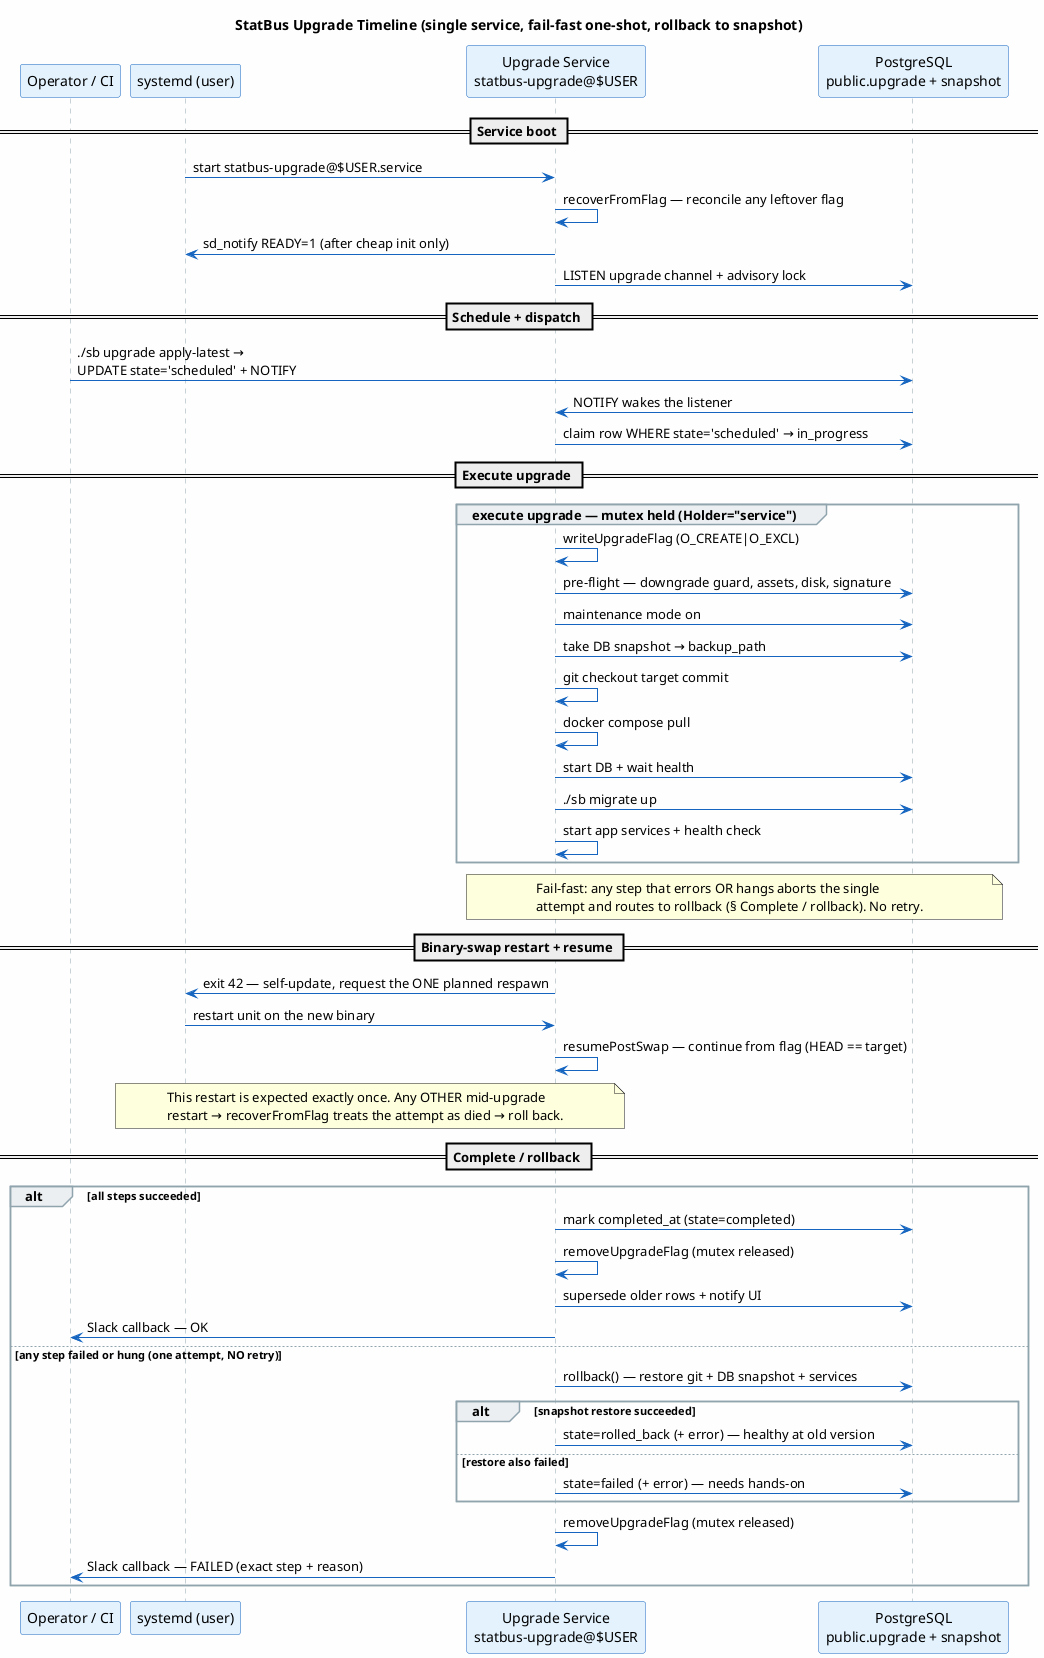
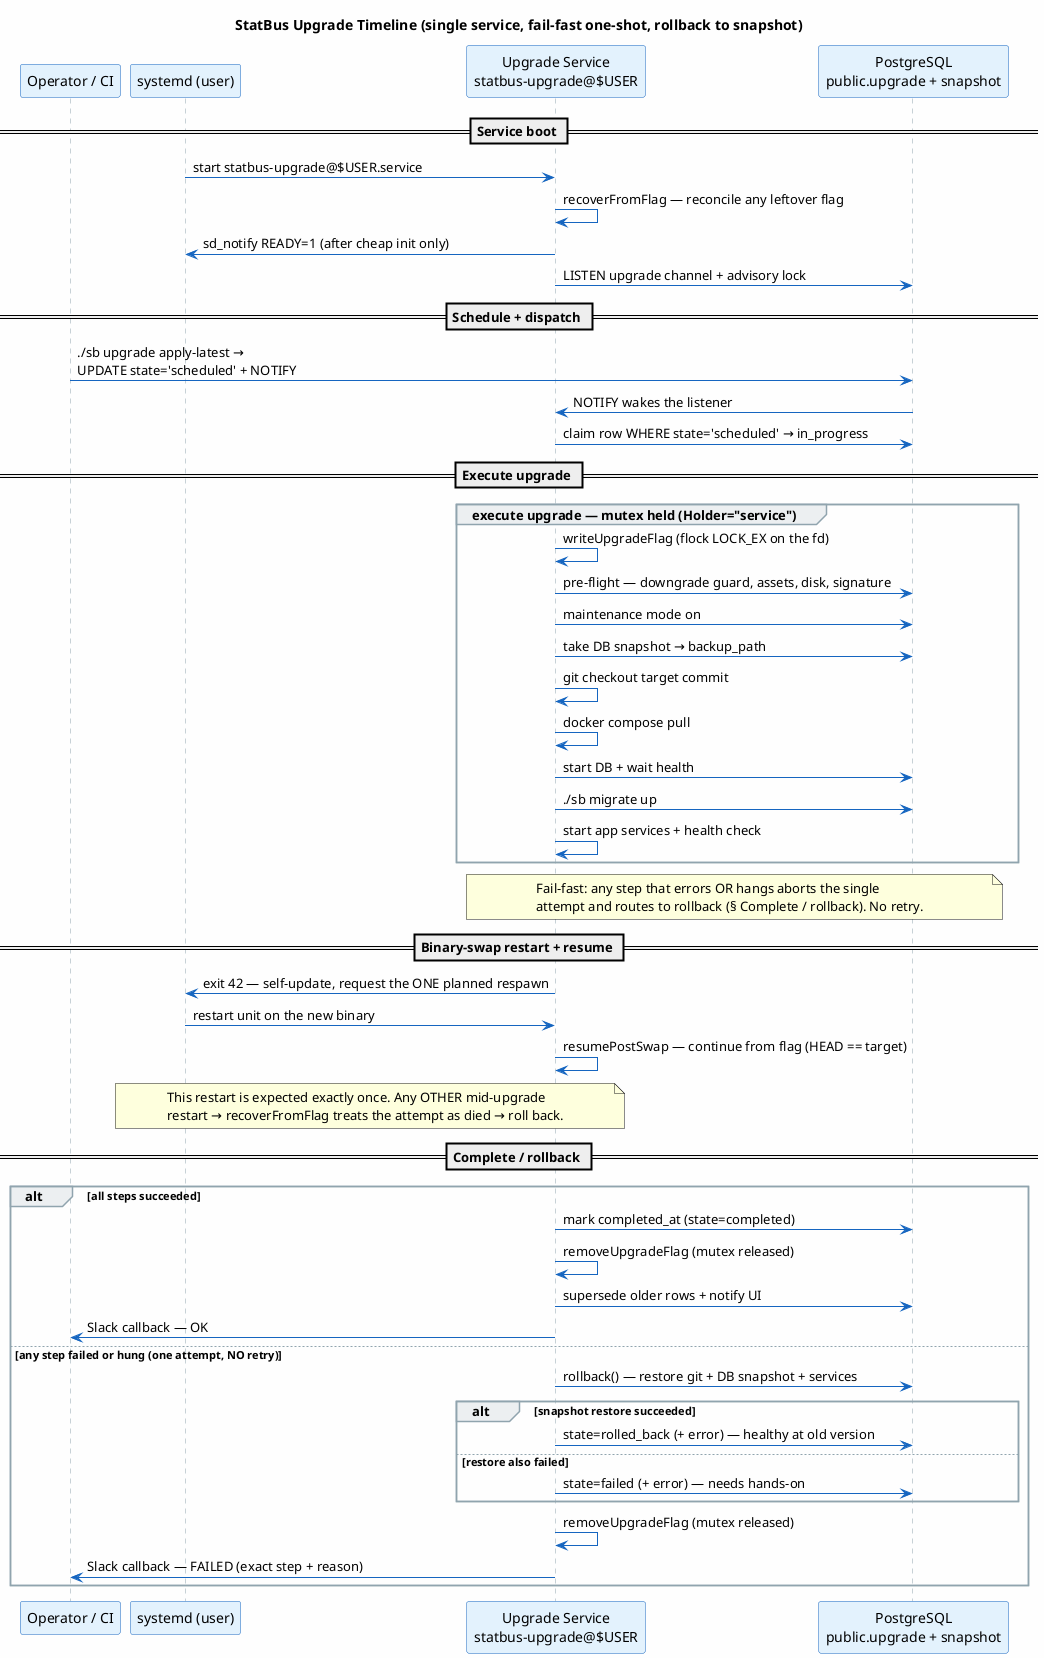
@startuml upgrade-timeline
' Authoritative sequence diagram for doc/upgrade-timeline.md.
' The `==` bands are the citable named phases — keep them in sync with the
' `##` section headers in upgrade-timeline.md so code comments can cite
' "see upgrade-timeline.md § <band>".
skinparam backgroundColor #FEFEFE
skinparam sequence {
    ArrowColor #1565C0
    LifeLineBorderColor #90A4AE
    ParticipantBorderColor #1565C0
    ParticipantBackgroundColor #E3F2FD
    GroupBackgroundColor #ECEFF1
    GroupBorderColor #90A4AE
}

title StatBus Upgrade Timeline (single service, fail-fast one-shot, rollback to snapshot)

participant "Operator / CI" as cici
participant "systemd (user)" as systemd
participant "Upgrade Service\nstatbus-upgrade@$USER" as service
participant "PostgreSQL\npublic.upgrade + snapshot" as db

== Service boot ==
systemd -> service : start statbus-upgrade@$USER.service
service -> service : recoverFromFlag — reconcile any leftover flag
service -> systemd : sd_notify READY=1 (after cheap init only)
service -> db : LISTEN upgrade channel + advisory lock

== Schedule + dispatch ==
cici -> db : ./sb upgrade apply-latest →\nUPDATE state='scheduled' + NOTIFY
db -> service : NOTIFY wakes the listener
service -> db : claim row WHERE state='scheduled' → in_progress

== Execute upgrade ==
group execute upgrade — mutex held (Holder="service")
-     service -> service : writeUpgradeFlag (O_CREATE|O_EXCL)
+     service -> service : writeUpgradeFlag (flock LOCK_EX on the fd)
    service -> db : pre-flight — downgrade guard, assets, disk, signature
    service -> db : maintenance mode on
    service -> db : take DB snapshot → backup_path
    service -> service : git checkout target commit
    service -> service : docker compose pull
    service -> db : start DB + wait health
    service -> db : ./sb migrate up
    service -> service : start app services + health check
end
note over service, db
  Fail-fast: any step that errors OR hangs aborts the single
  attempt and routes to rollback (§ Complete / rollback). No retry.
end note

== Binary-swap restart + resume ==
service -> systemd : exit 42 — self-update, request the ONE planned respawn
systemd -> service : restart unit on the new binary
service -> service : resumePostSwap — continue from flag (HEAD == target)
note over systemd, service
  This restart is expected exactly once. Any OTHER mid-upgrade
  restart → recoverFromFlag treats the attempt as died → roll back.
end note

== Complete / rollback ==
alt all steps succeeded
    service -> db : mark completed_at (state=completed)
    service -> service : removeUpgradeFlag (mutex released)
    service -> db : supersede older rows + notify UI
    service -> cici : Slack callback — OK
else any step failed or hung (one attempt, NO retry)
    service -> db : rollback() — restore git + DB snapshot + services
    alt snapshot restore succeeded
        service -> db : state=rolled_back (+ error) — healthy at old version
    else restore also failed
        service -> db : state=failed (+ error) — needs hands-on
    end
    service -> service : removeUpgradeFlag (mutex released)
    service -> cici : Slack callback — FAILED (exact step + reason)
end

@enduml
